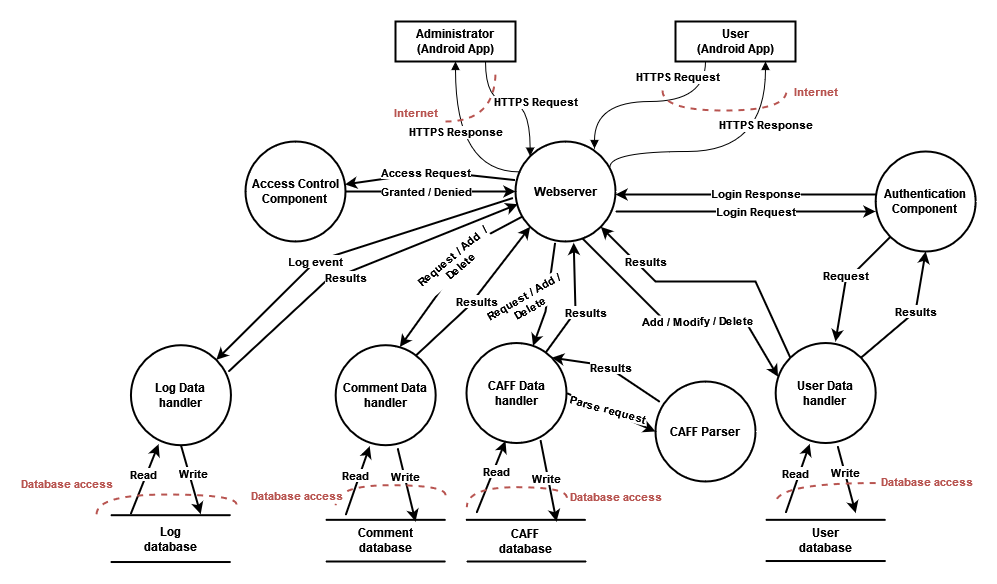
Before: Documentation/Data-flow.png, a diagram exported from draw.io (nemkrisz11/Computer-Security-Homework-2021-SHAjt). Source tidied: cells renumbered, new cells last; positions are measured from the earlier drawing's top-left corner, leaving out a move shared by most shapes.
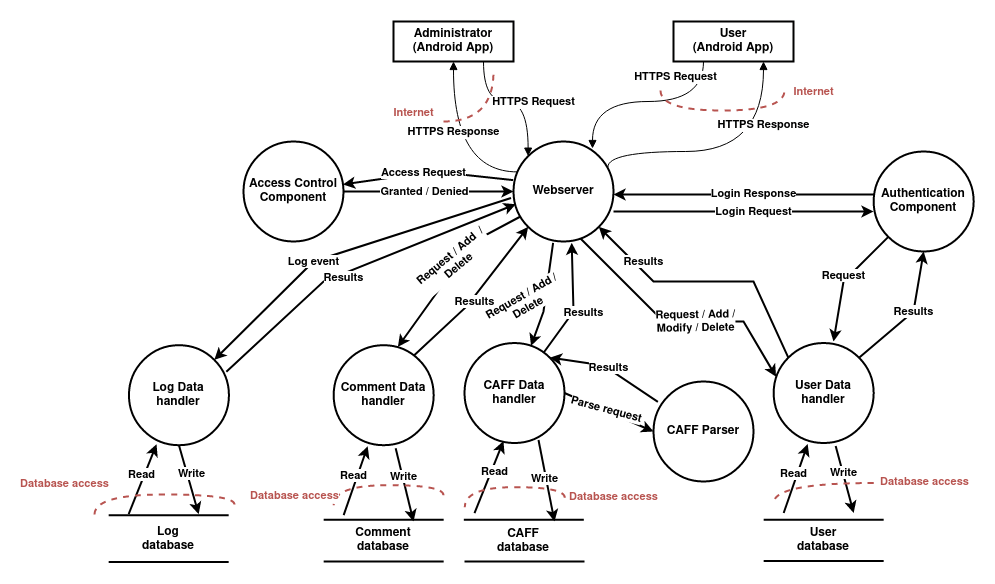
Above is the later version.

Commit message:
Added request to user data handler

Change to the diagram source:
```diff
@@ -134,7 +134,7 @@
         </Array>
       </mxGeometry>
     </mxCell>
-    <mxCell id="28" value="&lt;b&gt;Add / Modify / Delete&lt;br&gt;&lt;/b&gt;" style="edgeLabel;html=1;align=center;verticalAlign=middle;fontColor=#000000;rotation=-1;" parent="27" vertex="1">
+    <mxCell id="28" value="&lt;div&gt;&lt;b&gt;Request / Add /&lt;/b&gt;&lt;/div&gt;&lt;div&gt;&lt;b&gt; Modify / Delete&lt;/b&gt;&lt;/div&gt;" style="edgeLabel;html=1;align=center;verticalAlign=middle;fontColor=#000000;rotation=-1;" parent="27" vertex="1">
       <mxGeometry x="0.14" y="-3" relative="1" as="geometry">
         <mxPoint x="1" y="-3" as="offset" />
       </mxGeometry>
```
